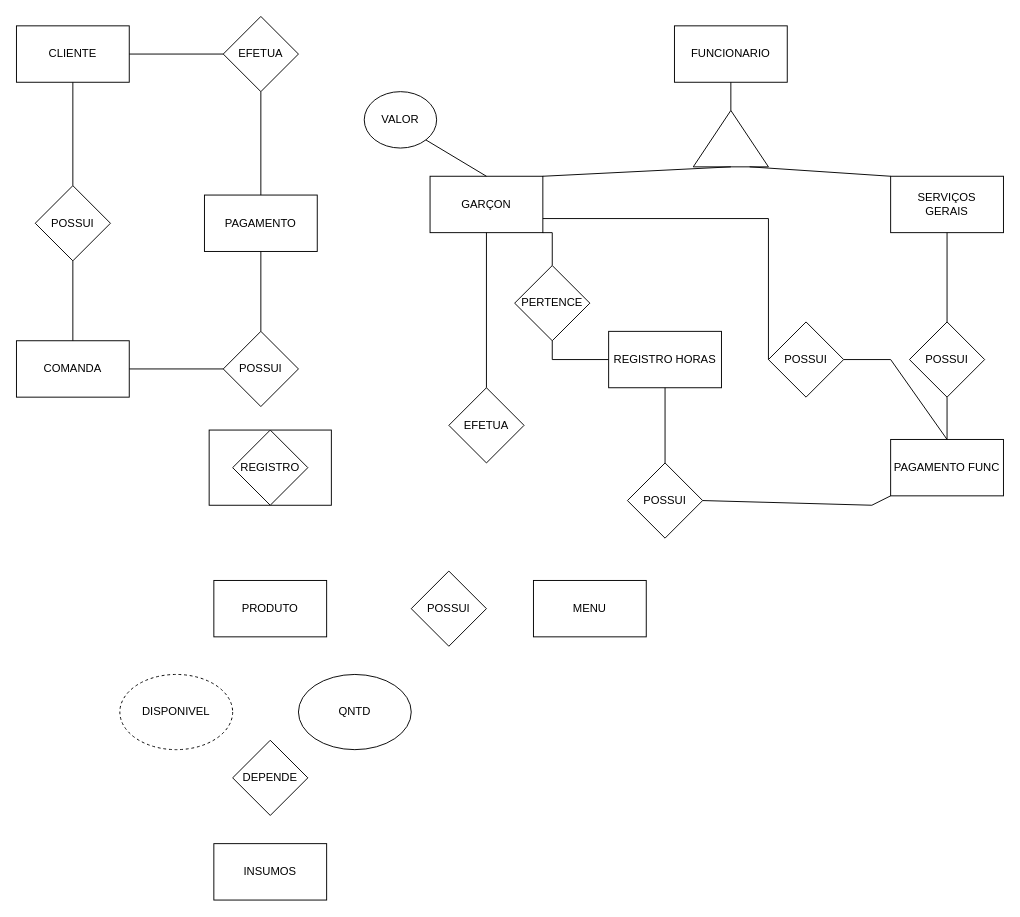
Earlier version of the draw.io diagram Diagrama Restaurante (2).drawio (yFells/Projetos-De-Faculdade). Source tidied: cells renumbered, new cells numbered last; positions are measured from the earlier drawing's top-left corner, leaving out a move shared by most shapes. Both pictures are drawn from the tidied source at 94%, with x=0, y=0 at pixel (16, 16).
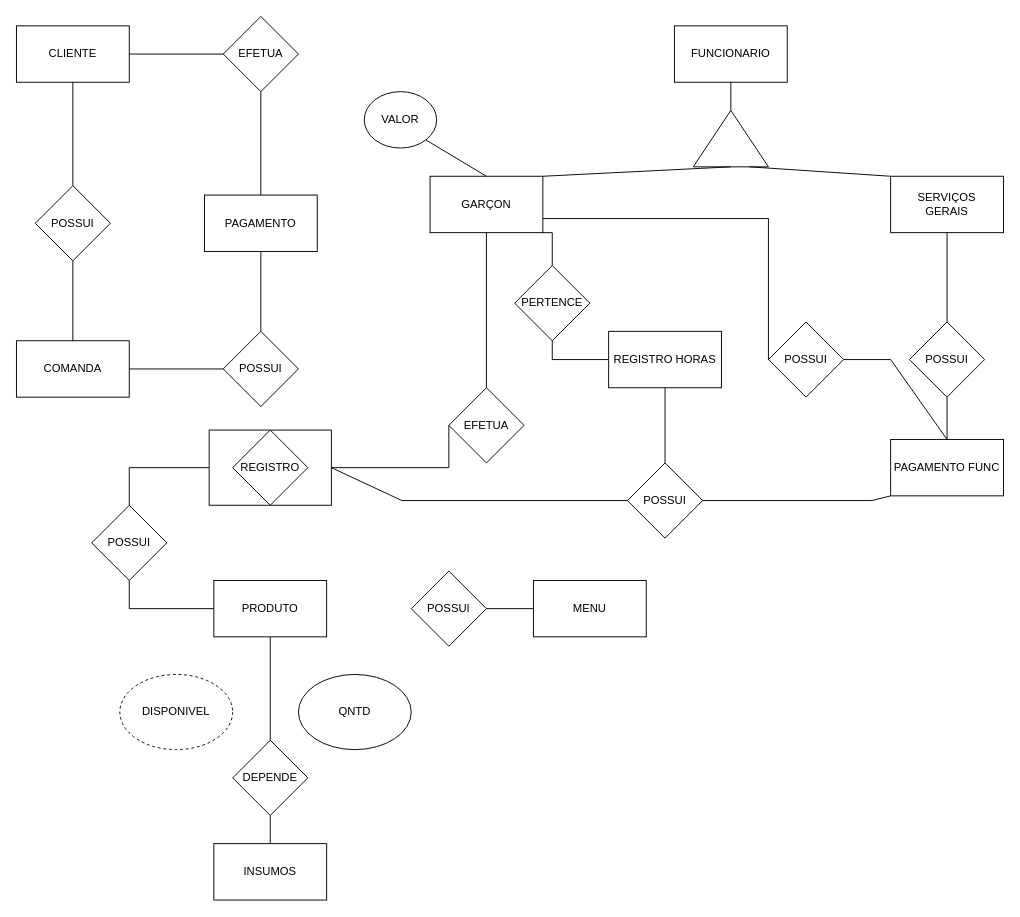
The same page after the edit.

The change refers to these unchanged cells:
```xml
<mxCell id="13" value="PAGAMENTO FUNC" style="rounded=0;whiteSpace=wrap;html=1;" parent="1" vertex="1">
  <mxGeometry x="930" y="450" width="120" height="60" as="geometry" />
</mxCell>
<mxCell id="17" value="POSSUI" style="rhombus;whiteSpace=wrap;html=1;" parent="1" vertex="1">
  <mxGeometry x="650" y="475" width="80" height="80" as="geometry" />
</mxCell>
<mxCell id="18" value="EFETUA" style="rhombus;whiteSpace=wrap;html=1;" parent="1" vertex="1">
  <mxGeometry x="460" y="395" width="80" height="80" as="geometry" />
</mxCell>
<mxCell id="19" style="rounded=0;whiteSpace=wrap;html=1;" parent="1" vertex="1">
  <mxGeometry x="205" y="440" width="130" height="80" as="geometry" />
</mxCell>
<mxCell id="21" value="PRODUTO" style="rounded=0;whiteSpace=wrap;html=1;" parent="1" vertex="1">
  <mxGeometry x="210" y="600" width="120" height="60" as="geometry" />
</mxCell>
<mxCell id="22" value="POSSUI" style="rhombus;whiteSpace=wrap;html=1;" parent="1" vertex="1">
  <mxGeometry x="420" y="590" width="80" height="80" as="geometry" />
</mxCell>
<mxCell id="23" value="MENU" style="rounded=0;whiteSpace=wrap;html=1;" parent="1" vertex="1">
  <mxGeometry x="550" y="600" width="120" height="60" as="geometry" />
</mxCell>
<mxCell id="26" value="DEPENDE" style="rhombus;whiteSpace=wrap;html=1;" parent="1" vertex="1">
  <mxGeometry x="230" y="770" width="80" height="80" as="geometry" />
</mxCell>
<mxCell id="27" value="INSUMOS" style="rounded=0;whiteSpace=wrap;html=1;" parent="1" vertex="1">
  <mxGeometry x="210" y="880" width="120" height="60" as="geometry" />
</mxCell>
```

The edit, as a diff of the source:
```diff
@@
     <mxCell id="47" style="endArrow=none;html=1;rounded=0;entryX=1;entryY=0.5;entryDx=0;entryDy=0;exitX=0;exitY=1;exitDx=0;exitDy=0;" parent="1" edge="1" source="13" target="17">
       <mxGeometry relative="1" as="geometry">
         <Array as="points">
-          <mxPoint x="910" y="520" />
+          <mxPoint x="910" y="515" />
         </Array>
       </mxGeometry>
     </mxCell>
+    <mxCell id="48" style="endArrow=none;html=1;rounded=0;entryX=0;entryY=0.5;entryDx=0;entryDy=0;exitX=1;exitY=0.5;exitDx=0;exitDy=0;" parent="1" edge="1" source="22" target="23">
+      <mxGeometry relative="1" as="geometry" />
+    </mxCell>
+    <mxCell id="49" style="endArrow=none;html=1;rounded=0;entryX=0;entryY=0.5;entryDx=0;entryDy=0;exitX=1;exitY=0.5;exitDx=0;exitDy=0;" parent="1" edge="1" source="19" target="17">
+      <mxGeometry relative="1" as="geometry">
+        <Array as="points">
+          <mxPoint x="410" y="515" />
+        </Array>
+      </mxGeometry>
+    </mxCell>
+    <mxCell id="50" style="endArrow=none;html=1;rounded=0;entryX=0;entryY=0.5;entryDx=0;entryDy=0;exitX=1;exitY=0.5;exitDx=0;exitDy=0;" parent="1" edge="1" source="19" target="18">
+      <mxGeometry relative="1" as="geometry">
+        <Array as="points">
+          <mxPoint x="460" y="480" />
+        </Array>
+      </mxGeometry>
+    </mxCell>
+    <mxCell id="51" value="POSSUI" style="rhombus;whiteSpace=wrap;html=1;" parent="1" vertex="1">
+      <mxGeometry x="80" y="520" width="80" height="80" as="geometry" />
+    </mxCell>
+    <mxCell id="52" style="endArrow=none;html=1;rounded=0;entryX=0.5;entryY=1;entryDx=0;entryDy=0;exitX=0;exitY=0.5;exitDx=0;exitDy=0;" parent="1" edge="1" source="21" target="51">
+      <mxGeometry relative="1" as="geometry">
+        <Array as="points">
+          <mxPoint x="120" y="630" />
+        </Array>
+      </mxGeometry>
+    </mxCell>
+    <mxCell id="53" style="endArrow=none;html=1;rounded=0;entryX=0.5;entryY=0;entryDx=0;entryDy=0;exitX=0;exitY=0.5;exitDx=0;exitDy=0;" parent="1" edge="1" source="19" target="51">
+      <mxGeometry relative="1" as="geometry">
+        <Array as="points">
+          <mxPoint x="120" y="480" />
+        </Array>
+      </mxGeometry>
+    </mxCell>
+    <mxCell id="54" style="endArrow=none;html=1;rounded=0;entryX=0.5;entryY=0;entryDx=0;entryDy=0;exitX=0.5;exitY=1;exitDx=0;exitDy=0;" parent="1" edge="1" source="21" target="26">
+      <mxGeometry relative="1" as="geometry" />
+    </mxCell>
+    <mxCell id="55" style="endArrow=none;html=1;rounded=0;entryX=0.5;entryY=0;entryDx=0;entryDy=0;" parent="1" edge="1" target="27">
+      <mxGeometry relative="1" as="geometry">
+        <mxPoint x="270" y="850" as="sourcePoint" />
+      </mxGeometry>
+    </mxCell>
```
